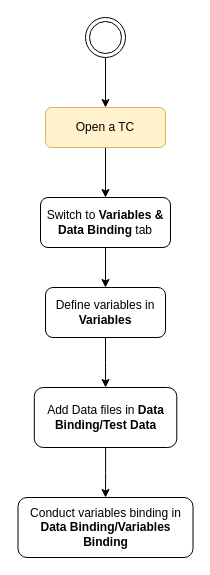
This is Untitled Diagram.drawio from nhpthuy/chart, a draw.io file, before an edit. Source tidied: cells renumbered, new cells numbered last; positions are measured from the earlier drawing's top-left corner, leaving out a move shared by most shapes. Both pictures are drawn from the tidied source at 100%, with x=0, y=0 at pixel (17, 17).
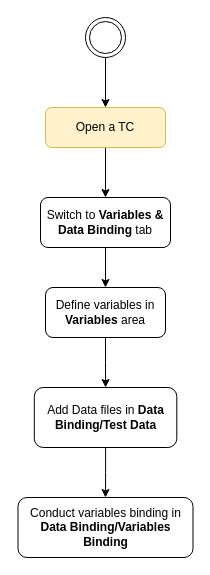
After the change.

Change to the diagram source:
```diff
@@
 <mxGraphModel>
   <root>
     <mxCell id="0" />
     <mxCell id="1" parent="0" />
     <mxCell id="2" style="edgeStyle=orthogonalEdgeStyle;rounded=0;jettySize=auto;html=1;" parent="1" edge="1" source="3" target="5">
       <mxGeometry relative="1" as="geometry" />
     </mxCell>
     <mxCell id="3" value="Open a TC" style="rounded=1;whiteSpace=wrap;html=1;fontSize=12;glass=0;strokeWidth=1;shadow=0;fillColor=#fff2cc;strokeColor=#d6b656;" parent="1" vertex="1">
       <mxGeometry x="28" y="90" width="120" height="40" as="geometry" />
     </mxCell>
     <mxCell id="4" style="edgeStyle=orthogonalEdgeStyle;rounded=0;jettySize=auto;html=1;" parent="1" edge="1" source="5" target="7">
       <mxGeometry relative="1" as="geometry" />
     </mxCell>
     <mxCell id="5" value="Switch to&lt;b&gt; Variables &amp;amp; Data Binding&lt;/b&gt; tab" style="rounded=1;whiteSpace=wrap;html=1;fontSize=12;glass=0;strokeWidth=1;shadow=0;" parent="1" vertex="1">
       <mxGeometry x="23" y="180" width="130" height="50" as="geometry" />
     </mxCell>
     <mxCell id="6" style="edgeStyle=orthogonalEdgeStyle;rounded=0;jettySize=auto;html=1;" parent="1" edge="1" source="7" target="11">
       <mxGeometry relative="1" as="geometry" />
     </mxCell>
-    <mxCell id="7" value="Define variables in &lt;b&gt;Variables&lt;/b&gt;" style="rounded=1;whiteSpace=wrap;html=1;fontSize=12;glass=0;strokeWidth=1;shadow=0;" parent="1" vertex="1">
+    <mxCell id="7" value="Define variables in &lt;b&gt;Variables&lt;/b&gt; area" style="rounded=1;whiteSpace=wrap;html=1;fontSize=12;glass=0;strokeWidth=1;shadow=0;" parent="1" vertex="1">
       <mxGeometry x="28" y="270" width="120" height="50" as="geometry" />
     </mxCell>
     <mxCell id="8" style="edgeStyle=orthogonalEdgeStyle;rounded=0;jettySize=auto;html=1;" parent="1" edge="1" source="9" target="3">
       <mxGeometry relative="1" as="geometry" />
     </mxCell>
     <mxCell id="9" style="ellipse;shape=doubleEllipse;html=1;dashed=0;whitespace=wrap;" parent="1" vertex="1">
       <mxGeometry x="68" width="40" height="40" as="geometry" />
     </mxCell>
     <mxCell id="10" style="edgeStyle=orthogonalEdgeStyle;rounded=0;jettySize=auto;html=1;" parent="1" edge="1" source="11" target="12">
       <mxGeometry relative="1" as="geometry" />
     </mxCell>
     <mxCell id="11" value="Add Data files in &lt;b&gt;Data Binding/Test Data&lt;/b&gt;" style="whiteSpace=wrap;html=1;rounded=1;glass=0;strokeWidth=1;shadow=0;" parent="1" vertex="1">
       <mxGeometry x="16.8" y="370" width="142.5" height="60" as="geometry" />
     </mxCell>
     <mxCell id="12" value="Conduct variables binding in &lt;b&gt;Data Binding/Variables Binding&lt;/b&gt;" style="whiteSpace=wrap;html=1;rounded=1;glass=0;strokeWidth=1;shadow=0;" parent="1" vertex="1">
       <mxGeometry x="0.5" y="480" width="175" height="60" as="geometry" />
     </mxCell>
   </root>
 </mxGraphModel>
```
